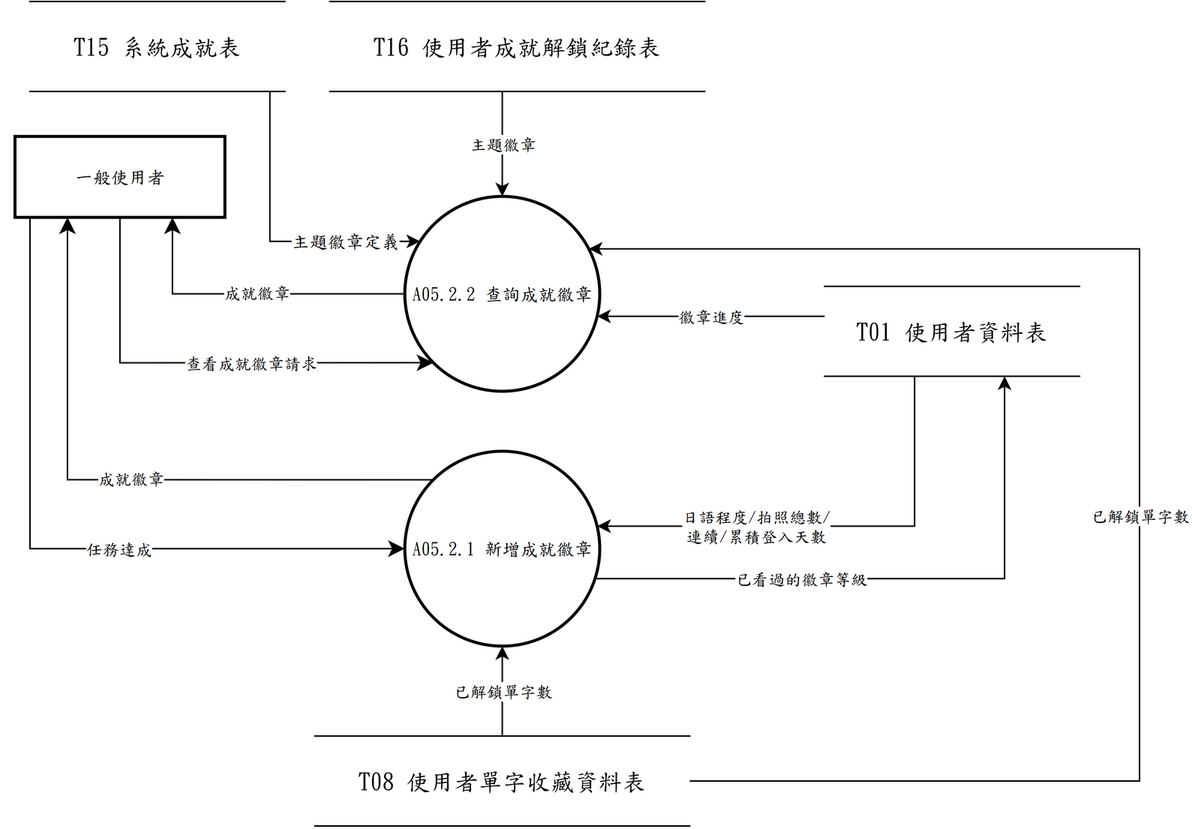
s22452007/115502 keeps this draw.io diagram as 系統文件/第6章/DFD圖/圖5/新/圖5-2.drawio.png. Above is the earlier version. Source tidied: cells renumbered, new cells last; positions are measured from the earlier drawing's top-left corner, leaving out a move shared by most shapes.
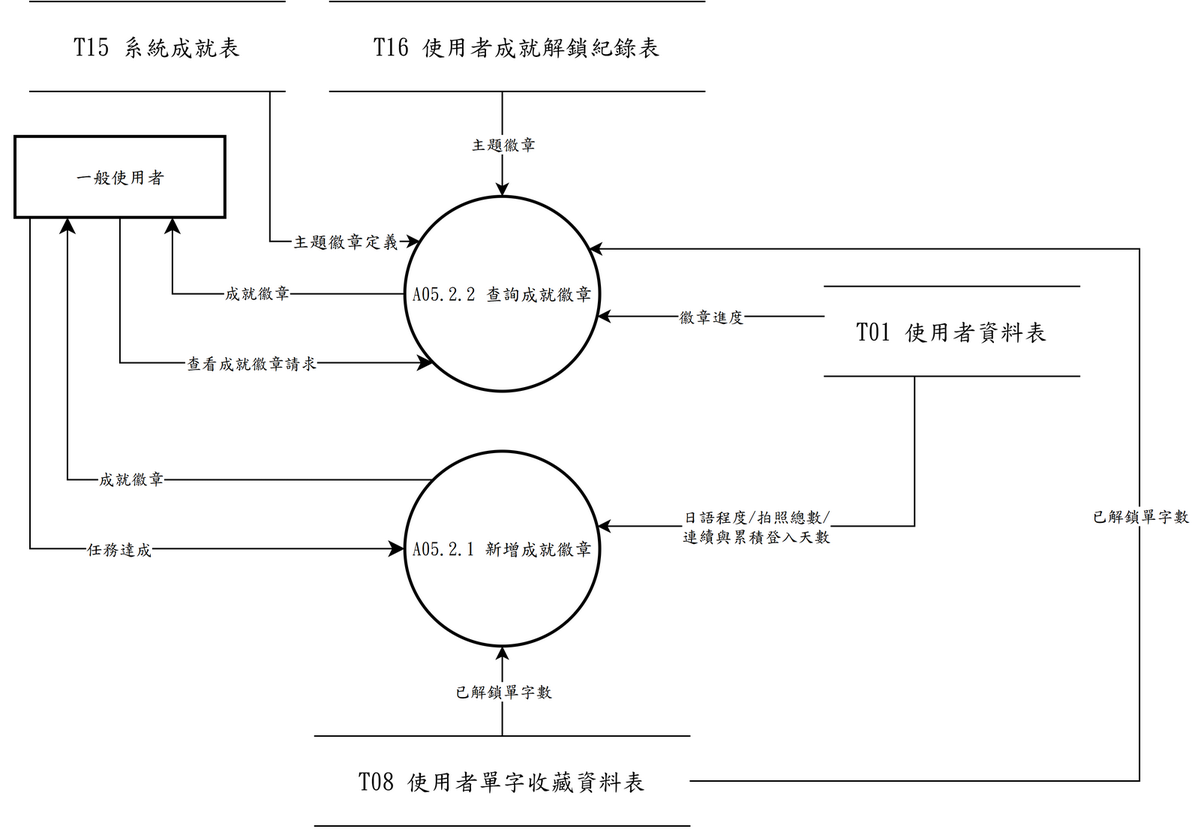
After the change.

What changed in the source:
```diff
@@ -46,7 +46,7 @@
         </Array>
       </mxGeometry>
     </mxCell>
-    <mxCell id="14" value="日語程度/拍照總數/&lt;div&gt;連續/累積登入天數&lt;/div&gt;" style="edgeLabel;html=1;align=center;verticalAlign=middle;fontFamily=標楷體;" parent="13" vertex="1">
+    <mxCell id="14" value="日語程度/拍照總數/&lt;div&gt;連續與累積登入天數&lt;/div&gt;" style="edgeLabel;html=1;align=center;verticalAlign=middle;fontFamily=標楷體;" parent="13" vertex="1">
       <mxGeometry x="0.32" relative="1" as="geometry" />
     </mxCell>
     <mxCell id="15" style="rounded=0;jettySize=auto;html=1;exitX=0.46;exitY=1;exitDx=0;exitDy=0;entryX=0.5;entryY=0;entryDx=0;entryDy=0;edgeStyle=orthogonalEdgeStyle;" parent="1" edge="1" source="9" target="17">
@@ -81,16 +81,6 @@
     <mxCell id="23" value="徽章進度" style="edgeLabel;html=1;align=center;verticalAlign=middle;fontFamily=標楷體;" parent="22" vertex="1">
       <mxGeometry relative="1" as="geometry" />
     </mxCell>
-    <mxCell id="24" style="rounded=0;jettySize=auto;html=1;exitX=0.9757;exitY=0.6538;exitDx=0;exitDy=0;exitPerimeter=0;entryX=0.7059;entryY=1;entryDx=0;entryDy=0;edgeStyle=orthogonalEdgeStyle;" parent="1" edge="1" source="2" target="12">
-      <mxGeometry relative="1" as="geometry">
-        <Array as="points">
-          <mxPoint x="660" y="385" />
-        </Array>
-      </mxGeometry>
-    </mxCell>
-    <mxCell id="25" value="已看過的徽章等級" style="edgeLabel;html=1;align=center;verticalAlign=middle;fontFamily=標楷體;" parent="24" vertex="1">
-      <mxGeometry x="-0.33" relative="1" as="geometry" />
-    </mxCell>
     <mxCell id="26" value="&lt;span lang=&quot;EN-US&quot; style=&quot;font-size: 12pt;&quot;&gt;T08&amp;nbsp;&lt;/span&gt;&lt;span style=&quot;font-size: 12pt;&quot;&gt;使用者單字收藏資料表&lt;/span&gt;" style="shape=partialRectangle;whiteSpace=wrap;html=1;left=0;right=0;fontFamily=標楷體;" parent="1" vertex="1">
       <mxGeometry x="200" y="490" width="250" height="60" as="geometry" />
     </mxCell>
```
